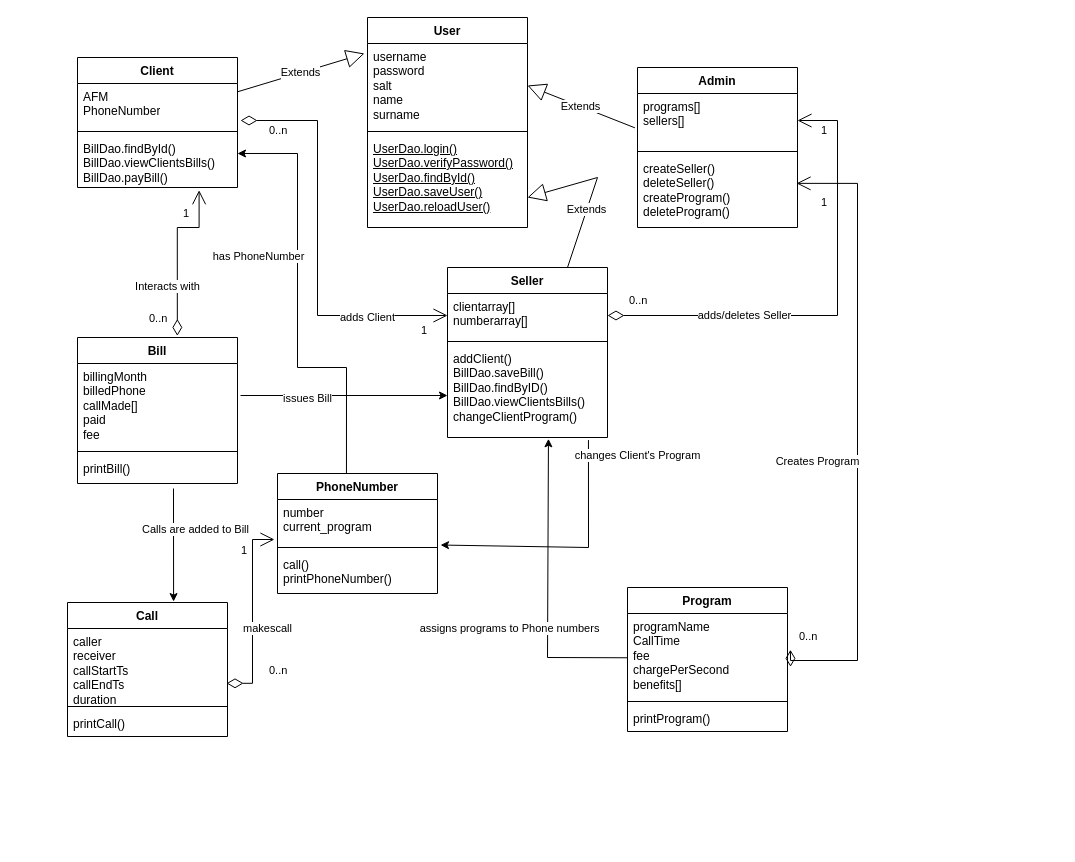
This is Diagram.drawio from dimitry-lzs/webProgramming, a draw.io file, before an edit. Source tidied: cells renumbered, new cells numbered last; positions are measured from the earlier drawing's top-left corner, leaving out a move shared by most shapes. Both pictures are drawn from the tidied source at 100%, with x=0, y=0 at pixel (67, 17).
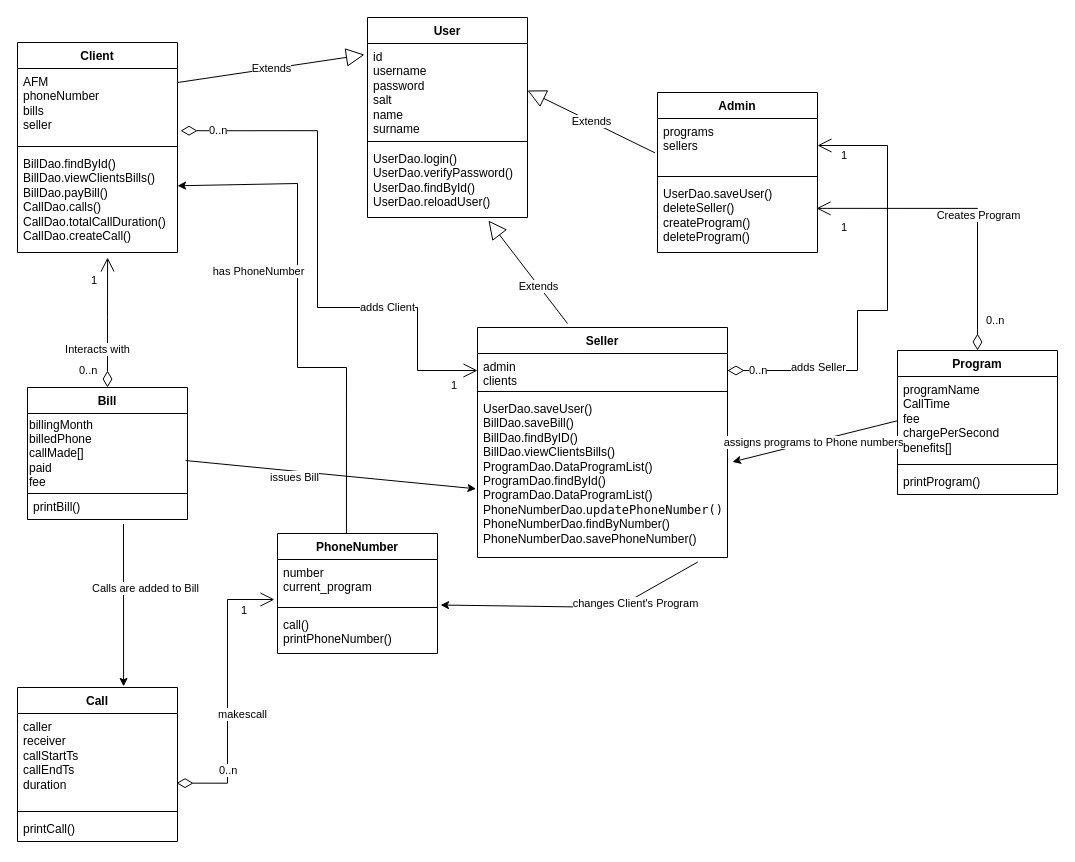
After the change.

Unchanged cells that the change refers to:
```xml
<mxCell id="24" value="call()&lt;div&gt;printPhoneNumber()&lt;/div&gt;" style="text;strokeColor=none;fillColor=none;align=left;verticalAlign=top;spacingLeft=4;spacingRight=4;overflow=hidden;points=[[0,0.5],[1,0.5]];portConstraint=eastwest;whiteSpace=wrap;html=1;" parent="21" vertex="1">
  <mxGeometry y="78" width="160" height="42" as="geometry" />
</mxCell>
<mxCell id="26" value="programName&lt;div&gt;CallTime&lt;/div&gt;&lt;div&gt;fee&lt;/div&gt;&lt;div&gt;chargePerSecond&lt;/div&gt;&lt;div&gt;benefits[]&lt;br&gt;&lt;/div&gt;" style="text;strokeColor=none;fillColor=none;align=left;verticalAlign=top;spacingLeft=4;spacingRight=4;overflow=hidden;points=[[0,0.5],[1,0.5]];portConstraint=eastwest;whiteSpace=wrap;html=1;" parent="25" vertex="1">
  <mxGeometry y="26" width="160" height="84" as="geometry" />
</mxCell>
```

Diff of the diagram source:
```diff
@@
     <mxCell id="2" value="User" style="swimlane;fontStyle=1;align=center;verticalAlign=top;horizontal=1;startSize=26;whiteSpace=wrap;html=1;" parent="1" vertex="1">
-      <mxGeometry x="300" width="160" height="210" as="geometry" />
+      <mxGeometry x="300" width="160" height="200" as="geometry" />
     </mxCell>
-    <mxCell id="3" value="username&lt;div&gt;password&lt;/div&gt;&lt;div&gt;salt&lt;/div&gt;&lt;div&gt;name&lt;/div&gt;&lt;div&gt;surname&lt;/div&gt;" style="text;strokeColor=none;fillColor=none;align=left;verticalAlign=top;spacingLeft=4;spacingRight=4;overflow=hidden;points=[[0,0.5],[1,0.5]];portConstraint=eastwest;whiteSpace=wrap;html=1;" parent="2" vertex="1">
-      <mxGeometry y="26" width="160" height="84" as="geometry" />
+    <mxCell id="3" value="&lt;div&gt;id&lt;/div&gt;username&lt;div&gt;password&lt;/div&gt;&lt;div&gt;salt&lt;/div&gt;&lt;div&gt;name&lt;/div&gt;&lt;div&gt;surname&lt;/div&gt;" style="text;strokeColor=none;fillColor=none;align=left;verticalAlign=top;spacingLeft=4;spacingRight=4;overflow=hidden;points=[[0,0.5],[1,0.5]];portConstraint=eastwest;whiteSpace=wrap;html=1;" parent="2" vertex="1">
+      <mxGeometry y="26" width="160" height="94" as="geometry" />
     </mxCell>
     <mxCell id="4" style="line;strokeWidth=1;fillColor=none;align=left;verticalAlign=middle;spacingTop=-1;spacingLeft=3;spacingRight=3;labelPosition=right;strokeColor=inherit;" parent="2" vertex="1">
-      <mxGeometry y="110" width="160" height="8" as="geometry" />
+      <mxGeometry y="120" width="160" height="8" as="geometry" />
     </mxCell>
-    <mxCell id="5" value="&lt;div&gt;&lt;u&gt;UserDao.login()&lt;/u&gt;&lt;/div&gt;&lt;div&gt;&lt;u&gt;UserDao.verifyPassword()&lt;/u&gt;&lt;/div&gt;&lt;div&gt;&lt;u&gt;UserDao.findById()&lt;/u&gt;&lt;u&gt;&lt;br&gt;&lt;/u&gt;&lt;/div&gt;&lt;div&gt;&lt;u&gt;UserDao.saveUser()&lt;/u&gt;&lt;u&gt;&lt;br&gt;&lt;/u&gt;&lt;/div&gt;&lt;div&gt;&lt;u&gt;UserDao.reloadUser()&lt;/u&gt;&lt;u&gt;&lt;br&gt;&lt;/u&gt;&lt;/div&gt;" style="text;strokeColor=none;fillColor=none;align=left;verticalAlign=top;spacingLeft=4;spacingRight=4;overflow=hidden;points=[[0,0.5],[1,0.5]];portConstraint=eastwest;whiteSpace=wrap;html=1;" parent="2" vertex="1">
-      <mxGeometry y="118" width="160" height="92" as="geometry" />
+    <mxCell id="5" value="&lt;div&gt;UserDao.login()&lt;/div&gt;&lt;div&gt;UserDao.verifyPassword()&lt;/div&gt;&lt;div&gt;UserDao.findById()&lt;br&gt;&lt;/div&gt;&lt;div&gt;&lt;span style=&quot;background-color: initial;&quot;&gt;UserDao.reloadUser()&lt;/span&gt;&lt;br&gt;&lt;/div&gt;" style="text;strokeColor=none;fillColor=none;align=left;verticalAlign=top;spacingLeft=4;spacingRight=4;overflow=hidden;points=[[0,0.5],[1,0.5]];portConstraint=eastwest;whiteSpace=wrap;html=1;" parent="2" vertex="1">
+      <mxGeometry y="128" width="160" height="72" as="geometry" />
     </mxCell>
     <mxCell id="6" value="Admin" style="swimlane;fontStyle=1;align=center;verticalAlign=top;horizontal=1;startSize=26;whiteSpace=wrap;html=1;" parent="1" vertex="1">
-      <mxGeometry x="570" y="50" width="160" height="160" as="geometry" />
+      <mxGeometry x="590" y="75" width="160" height="160" as="geometry" />
     </mxCell>
-    <mxCell id="7" value="programs[]&lt;div&gt;sellers[]&lt;/div&gt;" style="text;strokeColor=none;fillColor=none;align=left;verticalAlign=top;spacingLeft=4;spacingRight=4;overflow=hidden;points=[[0,0.5],[1,0.5]];portConstraint=eastwest;whiteSpace=wrap;html=1;" parent="6" vertex="1">
+    <mxCell id="7" value="programs&lt;div&gt;sellers&lt;/div&gt;" style="text;strokeColor=none;fillColor=none;align=left;verticalAlign=top;spacingLeft=4;spacingRight=4;overflow=hidden;points=[[0,0.5],[1,0.5]];portConstraint=eastwest;whiteSpace=wrap;html=1;" parent="6" vertex="1">
       <mxGeometry y="26" width="160" height="54" as="geometry" />
     </mxCell>
@@
-    <mxCell id="9" value="createSeller()&lt;div&gt;deleteSeller()&lt;/div&gt;&lt;div&gt;createProgram()&lt;/div&gt;&lt;div&gt;deleteProgram()&lt;/div&gt;" style="text;strokeColor=none;fillColor=none;align=left;verticalAlign=top;spacingLeft=4;spacingRight=4;overflow=hidden;points=[[0,0.5],[1,0.5]];portConstraint=eastwest;whiteSpace=wrap;html=1;" parent="6" vertex="1">
+    <mxCell id="9" value="&lt;div&gt;&lt;div&gt;UserDao.saveUser()&lt;br&gt;&lt;/div&gt;deleteSeller()&lt;/div&gt;&lt;div&gt;createProgram()&lt;/div&gt;&lt;div&gt;deleteProgram()&lt;/div&gt;" style="text;strokeColor=none;fillColor=none;align=left;verticalAlign=top;spacingLeft=4;spacingRight=4;overflow=hidden;points=[[0,0.5],[1,0.5]];portConstraint=eastwest;whiteSpace=wrap;html=1;" parent="6" vertex="1">
       <mxGeometry y="88" width="160" height="72" as="geometry" />
     </mxCell>
     <mxCell id="10" value="Client" style="swimlane;fontStyle=1;align=center;verticalAlign=top;horizontal=1;startSize=26;whiteSpace=wrap;html=1;" parent="1" vertex="1">
-      <mxGeometry x="10" y="40" width="160" height="130" as="geometry" />
+      <mxGeometry x="-50" y="25" width="160" height="210" as="geometry" />
     </mxCell>
-    <mxCell id="11" value="AFM&lt;div&gt;PhoneNumber&lt;/div&gt;&lt;div&gt;&lt;br&gt;&lt;/div&gt;" style="text;strokeColor=none;fillColor=none;align=left;verticalAlign=top;spacingLeft=4;spacingRight=4;overflow=hidden;points=[[0,0.5],[1,0.5]];portConstraint=eastwest;whiteSpace=wrap;html=1;" parent="10" vertex="1">
-      <mxGeometry y="26" width="160" height="44" as="geometry" />
+    <mxCell id="11" value="AFM&lt;div&gt;phoneNumber&lt;/div&gt;&lt;div&gt;bills&lt;/div&gt;&lt;div&gt;seller&lt;/div&gt;" style="text;strokeColor=none;fillColor=none;align=left;verticalAlign=top;spacingLeft=4;spacingRight=4;overflow=hidden;points=[[0,0.5],[1,0.5]];portConstraint=eastwest;whiteSpace=wrap;html=1;" parent="10" vertex="1">
+      <mxGeometry y="26" width="160" height="74" as="geometry" />
     </mxCell>
     <mxCell id="12" style="line;strokeWidth=1;fillColor=none;align=left;verticalAlign=middle;spacingTop=-1;spacingLeft=3;spacingRight=3;labelPosition=right;strokeColor=inherit;" parent="10" vertex="1">
-      <mxGeometry y="70" width="160" height="8" as="geometry" />
+      <mxGeometry y="100" width="160" height="8" as="geometry" />
     </mxCell>
-    <mxCell id="13" value="BillDao.findById()&lt;div&gt;BillDao.viewClientsBills()&lt;/div&gt;&lt;div&gt;BillDao.payBill()&lt;/div&gt;" style="text;strokeColor=none;fillColor=none;align=left;verticalAlign=top;spacingLeft=4;spacingRight=4;overflow=hidden;points=[[0,0.5],[1,0.5]];portConstraint=eastwest;whiteSpace=wrap;html=1;" parent="10" vertex="1">
-      <mxGeometry y="78" width="160" height="52" as="geometry" />
+    <mxCell id="13" value="BillDao.findById()&lt;div&gt;BillDao.viewClientsBills()&lt;/div&gt;&lt;div&gt;BillDao.payBill()&lt;/div&gt;&lt;div&gt;CallDao.calls()&lt;/div&gt;&lt;div&gt;CallDao.totalCallDuration()&lt;/div&gt;&lt;div&gt;CallDao.createCall()&lt;/div&gt;" style="text;strokeColor=none;fillColor=none;align=left;verticalAlign=top;spacingLeft=4;spacingRight=4;overflow=hidden;points=[[0,0.5],[1,0.5]];portConstraint=eastwest;whiteSpace=wrap;html=1;" parent="10" vertex="1">
+      <mxGeometry y="108" width="160" height="102" as="geometry" />
     </mxCell>
     <mxCell id="14" value="Seller" style="swimlane;fontStyle=1;align=center;verticalAlign=top;horizontal=1;startSize=26;whiteSpace=wrap;html=1;" parent="1" vertex="1">
-      <mxGeometry x="380" y="250" width="160" height="170" as="geometry" />
+      <mxGeometry x="410" y="310" width="250" height="230" as="geometry" />
     </mxCell>
-    <mxCell id="15" value="clientarray[]&lt;div&gt;numberarray[]&lt;/div&gt;" style="text;strokeColor=none;fillColor=none;align=left;verticalAlign=top;spacingLeft=4;spacingRight=4;overflow=hidden;points=[[0,0.5],[1,0.5]];portConstraint=eastwest;whiteSpace=wrap;html=1;" parent="14" vertex="1">
-      <mxGeometry y="26" width="160" height="44" as="geometry" />
+    <mxCell id="15" value="admin&lt;div&gt;clients&lt;/div&gt;" style="text;strokeColor=none;fillColor=none;align=left;verticalAlign=top;spacingLeft=4;spacingRight=4;overflow=hidden;points=[[0,0.5],[1,0.5]];portConstraint=eastwest;whiteSpace=wrap;html=1;" parent="14" vertex="1">
+      <mxGeometry y="26" width="250" height="34" as="geometry" />
     </mxCell>
     <mxCell id="16" style="line;strokeWidth=1;fillColor=none;align=left;verticalAlign=middle;spacingTop=-1;spacingLeft=3;spacingRight=3;labelPosition=right;strokeColor=inherit;" parent="14" vertex="1">
-      <mxGeometry y="70" width="160" height="8" as="geometry" />
+      <mxGeometry y="60" width="250" height="8" as="geometry" />
     </mxCell>
-    <mxCell id="17" value="addClient()&lt;div&gt;BillDao.saveBill()&lt;/div&gt;&lt;div&gt;BillDao.findByID()&lt;/div&gt;&lt;div&gt;BillDao.viewClientsBills()&lt;/div&gt;&lt;div&gt;changeClientProgram()&lt;br&gt;&lt;/div&gt;" style="text;strokeColor=none;fillColor=none;align=left;verticalAlign=top;spacingLeft=4;spacingRight=4;overflow=hidden;points=[[0,0.5],[1,0.5]];portConstraint=eastwest;whiteSpace=wrap;html=1;" parent="14" vertex="1">
-      <mxGeometry y="78" width="160" height="92" as="geometry" />
+    <mxCell id="17" value="&lt;div&gt;UserDao.saveUser()&lt;br&gt;&lt;/div&gt;&lt;div&gt;BillDao.saveBill()&lt;/div&gt;&lt;div&gt;BillDao.findByID()&lt;/div&gt;&lt;div&gt;BillDao.viewClientsBills()&lt;/div&gt;&lt;div&gt;ProgramDao.DataProgramList()&lt;/div&gt;&lt;div&gt;ProgramDao.findById()&lt;/div&gt;&lt;div&gt;ProgramDao.DataProgramList()&lt;br&gt;PhoneNumberDao.&lt;span style=&quot;font-family: &amp;quot;Droid Sans Mono&amp;quot;, &amp;quot;monospace&amp;quot;, monospace; white-space: pre;&quot;&gt;updatePhoneNumber()&lt;/span&gt;&lt;/div&gt;&lt;div&gt;PhoneNumberDao.findByNumber()&lt;br&gt;&lt;/div&gt;&lt;div&gt;PhoneNumberDao.savePhoneNumber()&lt;br&gt;&lt;/div&gt;" style="text;strokeColor=none;fillColor=none;align=left;verticalAlign=top;spacingLeft=4;spacingRight=4;overflow=hidden;points=[[0,0.5],[1,0.5]];portConstraint=eastwest;whiteSpace=wrap;html=1;" parent="14" vertex="1">
+      <mxGeometry y="68" width="250" height="162" as="geometry" />
     </mxCell>
@@
-    <mxCell id="19" value="Extends" style="endArrow=block;endSize=16;endFill=0;html=1;rounded=0;exitX=0.75;exitY=0;exitDx=0;exitDy=0;" parent="1" edge="1" source="14">
+    <mxCell id="19" value="Extends" style="endArrow=block;endSize=16;endFill=0;html=1;rounded=0;entryX=0.756;entryY=1.042;entryDx=0;entryDy=0;entryPerimeter=0;" parent="1" edge="1" target="5">
       <mxGeometry x="-0.27" relative="1" as="geometry">
-        <mxPoint x="460" y="180" as="targetPoint" />
-        <Array as="points">
-          <mxPoint x="530" y="160" />
-        </Array>
+        <mxPoint x="500" y="306" as="sourcePoint" />
       </mxGeometry>
     </mxCell>
@@
     <mxCell id="21" value="PhoneNumber" style="swimlane;fontStyle=1;align=center;verticalAlign=top;horizontal=1;startSize=26;whiteSpace=wrap;html=1;" parent="1" vertex="1">
-      <mxGeometry x="210" y="456" width="160" height="120" as="geometry" />
+      <mxGeometry x="210" y="516" width="160" height="120" as="geometry" />
     </mxCell>
@@
     <mxCell id="25" value="Program" style="swimlane;fontStyle=1;align=center;verticalAlign=top;horizontal=1;startSize=26;whiteSpace=wrap;html=1;" parent="1" vertex="1">
-      <mxGeometry x="560" y="570" width="160" height="144" as="geometry" />
+      <mxGeometry x="830" y="333" width="160" height="144" as="geometry" />
     </mxCell>
@@
     <mxCell id="29" value="Call" style="swimlane;fontStyle=1;align=center;verticalAlign=top;horizontal=1;startSize=26;whiteSpace=wrap;html=1;" parent="1" vertex="1">
-      <mxGeometry y="585" width="160" height="134" as="geometry" />
+      <mxGeometry x="-50" y="670" width="160" height="154" as="geometry" />
     </mxCell>
     <mxCell id="30" value="&lt;div&gt;caller&lt;/div&gt;&lt;div&gt;receiver&lt;/div&gt;&lt;div&gt;callStartTs&lt;/div&gt;&lt;div&gt;callEndTs&lt;/div&gt;&lt;div&gt;duration&lt;/div&gt;" style="text;strokeColor=none;fillColor=none;align=left;verticalAlign=top;spacingLeft=4;spacingRight=4;overflow=hidden;points=[[0,0.5],[1,0.5]];portConstraint=eastwest;whiteSpace=wrap;html=1;" parent="29" vertex="1">
-      <mxGeometry y="26" width="160" height="74" as="geometry" />
+      <mxGeometry y="26" width="160" height="94" as="geometry" />
     </mxCell>
     <mxCell id="31" style="line;strokeWidth=1;fillColor=none;align=left;verticalAlign=middle;spacingTop=-1;spacingLeft=3;spacingRight=3;labelPosition=right;strokeColor=inherit;" parent="29" vertex="1">
-      <mxGeometry y="100" width="160" height="8" as="geometry" />
+      <mxGeometry y="120" width="160" height="8" as="geometry" />
     </mxCell>
     <mxCell id="32" value="printCall()" style="text;strokeColor=none;fillColor=none;align=left;verticalAlign=top;spacingLeft=4;spacingRight=4;overflow=hidden;whiteSpace=wrap;html=1;" parent="29" vertex="1">
-      <mxGeometry y="108" width="160" height="26" as="geometry" />
+      <mxGeometry y="128" width="160" height="26" as="geometry" />
     </mxCell>
     <mxCell id="33" value="Bill" style="swimlane;fontStyle=1;align=center;verticalAlign=top;horizontal=1;startSize=26;whiteSpace=wrap;html=1;" parent="1" vertex="1">
-      <mxGeometry x="10" y="320" width="160" height="146" as="geometry" />
+      <mxGeometry x="-40" y="370" width="160" height="132" as="geometry" />
     </mxCell>
-    <mxCell id="34" value="billingMonth&lt;div&gt;billedPhone&lt;/div&gt;&lt;div&gt;callMade[]&lt;/div&gt;&lt;div&gt;paid&lt;/div&gt;&lt;div&gt;fee&lt;/div&gt;" style="text;strokeColor=none;fillColor=none;align=left;verticalAlign=top;spacingLeft=4;spacingRight=4;overflow=hidden;points=[[0,0.5],[1,0.5]];portConstraint=eastwest;whiteSpace=wrap;html=1;" parent="33" vertex="1">
-      <mxGeometry y="26" width="160" height="84" as="geometry" />
+    <mxCell id="34" value="&lt;div style=&quot;&quot;&gt;&lt;span style=&quot;background-color: initial;&quot;&gt;&lt;font style=&quot;font-size: 12px;&quot;&gt;billingMonth&lt;/font&gt;&lt;/span&gt;&lt;/div&gt;&lt;div style=&quot;&quot;&gt;&lt;font style=&quot;font-size: 12px;&quot;&gt;billedPhone&lt;/font&gt;&lt;/div&gt;&lt;div style=&quot;&quot;&gt;&lt;font style=&quot;font-size: 12px;&quot;&gt;callMade[]&lt;/font&gt;&lt;/div&gt;&lt;div style=&quot;&quot;&gt;&lt;font style=&quot;font-size: 12px;&quot;&gt;paid&lt;/font&gt;&lt;/div&gt;&lt;div style=&quot;&quot;&gt;&lt;font style=&quot;font-size: 12px;&quot;&gt;fee&lt;/font&gt;&lt;/div&gt;" style="whiteSpace=wrap;html=1;align=left;" parent="33" vertex="1">
+      <mxGeometry y="26" width="160" height="80" as="geometry" />
     </mxCell>
-    <mxCell id="35" style="line;strokeWidth=1;fillColor=none;align=left;verticalAlign=middle;spacingTop=-1;spacingLeft=3;spacingRight=3;labelPosition=right;strokeColor=inherit;" parent="33" vertex="1">
-      <mxGeometry y="110" width="160" height="8" as="geometry" />
-    </mxCell>
     <mxCell id="36" value="printBill()" style="text;strokeColor=none;fillColor=none;align=left;verticalAlign=top;spacingLeft=4;spacingRight=4;overflow=hidden;points=[[0,0.5],[1,0.5]];portConstraint=eastwest;whiteSpace=wrap;html=1;" parent="33" vertex="1">
-      <mxGeometry y="118" width="160" height="28" as="geometry" />
+      <mxGeometry y="106" width="160" height="26" as="geometry" />
     </mxCell>
-    <mxCell id="37" value="adds/deletes Seller" style="endArrow=open;html=1;endSize=12;startArrow=diamondThin;startSize=14;startFill=0;edgeStyle=orthogonalEdgeStyle;rounded=0;exitX=1;exitY=0.5;exitDx=0;exitDy=0;entryX=1;entryY=0.5;entryDx=0;entryDy=0;" parent="1" edge="1" source="15" target="7">
-      <mxGeometry x="-0.41" relative="1" as="geometry">
+    <mxCell id="37" value="adds Seller" style="endArrow=open;html=1;endSize=12;startArrow=diamondThin;startSize=14;startFill=0;edgeStyle=orthogonalEdgeStyle;rounded=0;exitX=1;exitY=0.5;exitDx=0;exitDy=0;entryX=1;entryY=0.5;entryDx=0;entryDy=0;" parent="1" edge="1" source="15" target="7">
+      <mxGeometry x="-0.6" y="3" relative="1" as="geometry">
         <Array as="points">
-          <mxPoint x="770" y="298" />
-          <mxPoint x="770" y="103" />
+          <mxPoint x="790" y="353" />
+          <mxPoint x="790" y="293" />
+          <mxPoint x="820" y="293" />
+          <mxPoint x="820" y="128" />
         </Array>
       </mxGeometry>
     </mxCell>
     <mxCell id="38" value="0..n" style="edgeLabel;html=1;align=left;verticalAlign=top;" parent="37" vertex="1">
       <mxGeometry x="-1" relative="1" as="geometry">
-        <mxPoint x="20" y="-28" as="offset" />
+        <mxPoint x="20" y="-13" as="offset" />
       </mxGeometry>
     </mxCell>
@@
     <mxCell id="40" value="adds Client" style="endArrow=open;html=1;endSize=12;startArrow=diamondThin;startSize=14;startFill=0;edgeStyle=orthogonalEdgeStyle;rounded=0;entryX=0;entryY=0.5;entryDx=0;entryDy=0;exitX=1.019;exitY=0.841;exitDx=0;exitDy=0;exitPerimeter=0;" parent="1" edge="1" source="11" target="15">
-      <mxGeometry x="0.6" y="-2" relative="1" as="geometry">
+      <mxGeometry x="0.43" relative="1" as="geometry">
         <Array as="points">
-          <mxPoint x="250" y="103" />
-          <mxPoint x="250" y="298" />
+          <mxPoint x="250" y="113" />
+          <mxPoint x="250" y="290" />
+          <mxPoint x="350" y="290" />
+          <mxPoint x="350" y="353" />
         </Array>
       </mxGeometry>
     </mxCell>
     <mxCell id="41" value="0..n" style="edgeLabel;html=1;align=left;verticalAlign=top;" parent="40" vertex="1">
       <mxGeometry x="-1" relative="1" as="geometry">
-        <mxPoint x="27" y="-3" as="offset" />
+        <mxPoint x="27" y="-13" as="offset" />
       </mxGeometry>
     </mxCell>
@@
-    <mxCell id="43" value="Creates Program" style="endArrow=open;html=1;endSize=12;startArrow=diamondThin;startSize=14;startFill=0;edgeStyle=orthogonalEdgeStyle;rounded=0;entryX=0.994;entryY=0.387;entryDx=0;entryDy=0;entryPerimeter=0;exitX=1.019;exitY=0.635;exitDx=0;exitDy=0;exitPerimeter=0;" parent="1" edge="1" source="26" target="9">
-      <mxGeometry x="-0.11" y="40" relative="1" as="geometry">
+    <mxCell id="43" value="Creates Program" style="endArrow=open;html=1;endSize=12;startArrow=diamondThin;startSize=14;startFill=0;edgeStyle=orthogonalEdgeStyle;rounded=0;entryX=0.994;entryY=0.387;entryDx=0;entryDy=0;entryPerimeter=0;exitX=0.5;exitY=0;exitDx=0;exitDy=0;" parent="1" edge="1" source="25" target="9">
+      <mxGeometry x="-0.11" y="-1" relative="1" as="geometry">
         <Array as="points">
-          <mxPoint x="790" y="643" />
-          <mxPoint x="790" y="166" />
+          <mxPoint x="910" y="191" />
         </Array>
       </mxGeometry>
     </mxCell>
@@
     <mxCell id="51" style="endArrow=classic;html=1;rounded=0;exitX=0.881;exitY=1.028;exitDx=0;exitDy=0;exitPerimeter=0;entryX=1.019;entryY=-0.154;entryDx=0;entryDy=0;entryPerimeter=0;" parent="1" edge="1" source="17" target="24">
       <mxGeometry relative="1" as="geometry">
         <Array as="points">
-          <mxPoint x="521" y="530" />
+          <mxPoint x="550" y="590" />
         </Array>
       </mxGeometry>
     </mxCell>
     <mxCell id="52" value="changes Client's Program" style="edgeLabel;html=1;align=center;verticalAlign=middle;" parent="51" vertex="1">
       <mxGeometry relative="1" as="geometry">
-        <mxPoint x="69" y="-92" as="offset" />
+        <mxPoint x="60" y="-4" as="offset" />
       </mxGeometry>
     </mxCell>
-    <mxCell id="53" style="endArrow=classic;html=1;rounded=0;exitX=-0.001;exitY=0.527;exitDx=0;exitDy=0;entryX=0.631;entryY=1.014;entryDx=0;entryDy=0;entryPerimeter=0;exitPerimeter=0;" parent="1" edge="1" source="26" target="17">
-      <mxGeometry relative="1" as="geometry">
-        <Array as="points">
-          <mxPoint x="480" y="640" />
-        </Array>
-      </mxGeometry>
+    <mxCell id="53" style="endArrow=classic;html=1;rounded=0;exitX=-0.001;exitY=0.527;exitDx=0;exitDy=0;entryX=1.02;entryY=0.41;entryDx=0;entryDy=0;entryPerimeter=0;exitPerimeter=0;" parent="1" edge="1" source="26" target="17">
+      <mxGeometry relative="1" as="geometry" />
     </mxCell>
     <mxCell id="54" value="assigns programs to Phone numbers" style="edgeLabel;html=1;align=center;verticalAlign=middle;" parent="53" vertex="1">
       <mxGeometry relative="1" as="geometry">
-        <mxPoint x="-39" y="40" as="offset" />
+        <mxPoint x="-2" y="1" as="offset" />
       </mxGeometry>
     </mxCell>
     <mxCell id="55" style="endArrow=classic;html=1;rounded=0;exitX=0.431;exitY=0;exitDx=0;exitDy=0;exitPerimeter=0;entryX=1;entryY=0.346;entryDx=0;entryDy=0;entryPerimeter=0;" parent="1" edge="1" source="21" target="13">
       <mxGeometry relative="1" as="geometry">
         <Array as="points">
           <mxPoint x="279" y="350" />
           <mxPoint x="230" y="350" />
-          <mxPoint x="230" y="136" />
+          <mxPoint x="230" y="166" />
         </Array>
       </mxGeometry>
     </mxCell>
@@
-    <mxCell id="57" value="Interacts with" style="endArrow=open;html=1;endSize=12;startArrow=diamondThin;startSize=14;startFill=0;edgeStyle=orthogonalEdgeStyle;rounded=0;entryX=0.76;entryY=1.052;entryDx=0;entryDy=0;entryPerimeter=0;exitX=0.624;exitY=-0.011;exitDx=0;exitDy=0;exitPerimeter=0;" parent="1" edge="1" source="33" target="13">
+    <mxCell id="57" value="Interacts with" style="endArrow=open;html=1;endSize=12;startArrow=diamondThin;startSize=14;startFill=0;edgeStyle=orthogonalEdgeStyle;rounded=0;exitX=0.5;exitY=0;exitDx=0;exitDy=0;entryX=0.563;entryY=1.049;entryDx=0;entryDy=0;entryPerimeter=0;" parent="1" edge="1" source="33" target="13">
       <mxGeometry x="-0.42" y="10" relative="1" as="geometry">
         <Array as="points">
-          <mxPoint x="110" y="210" />
-          <mxPoint x="132" y="210" />
+          <mxPoint x="40" y="300" />
+          <mxPoint x="40" y="300" />
         </Array>
       </mxGeometry>
     </mxCell>
@@
-    <mxCell id="60" style="endArrow=classic;html=1;rounded=0;exitX=1.019;exitY=0.381;exitDx=0;exitDy=0;exitPerimeter=0;" parent="1" edge="1" source="34">
-      <mxGeometry relative="1" as="geometry">
-        <mxPoint x="380" y="378" as="targetPoint" />
-      </mxGeometry>
+    <mxCell id="60" style="endArrow=classic;html=1;rounded=0;exitX=0.988;exitY=0.588;exitDx=0;exitDy=0;exitPerimeter=0;entryX=-0.006;entryY=0.576;entryDx=0;entryDy=0;entryPerimeter=0;" parent="1" edge="1" source="34" target="17">
+      <mxGeometry relative="1" as="geometry" />
     </mxCell>
```
